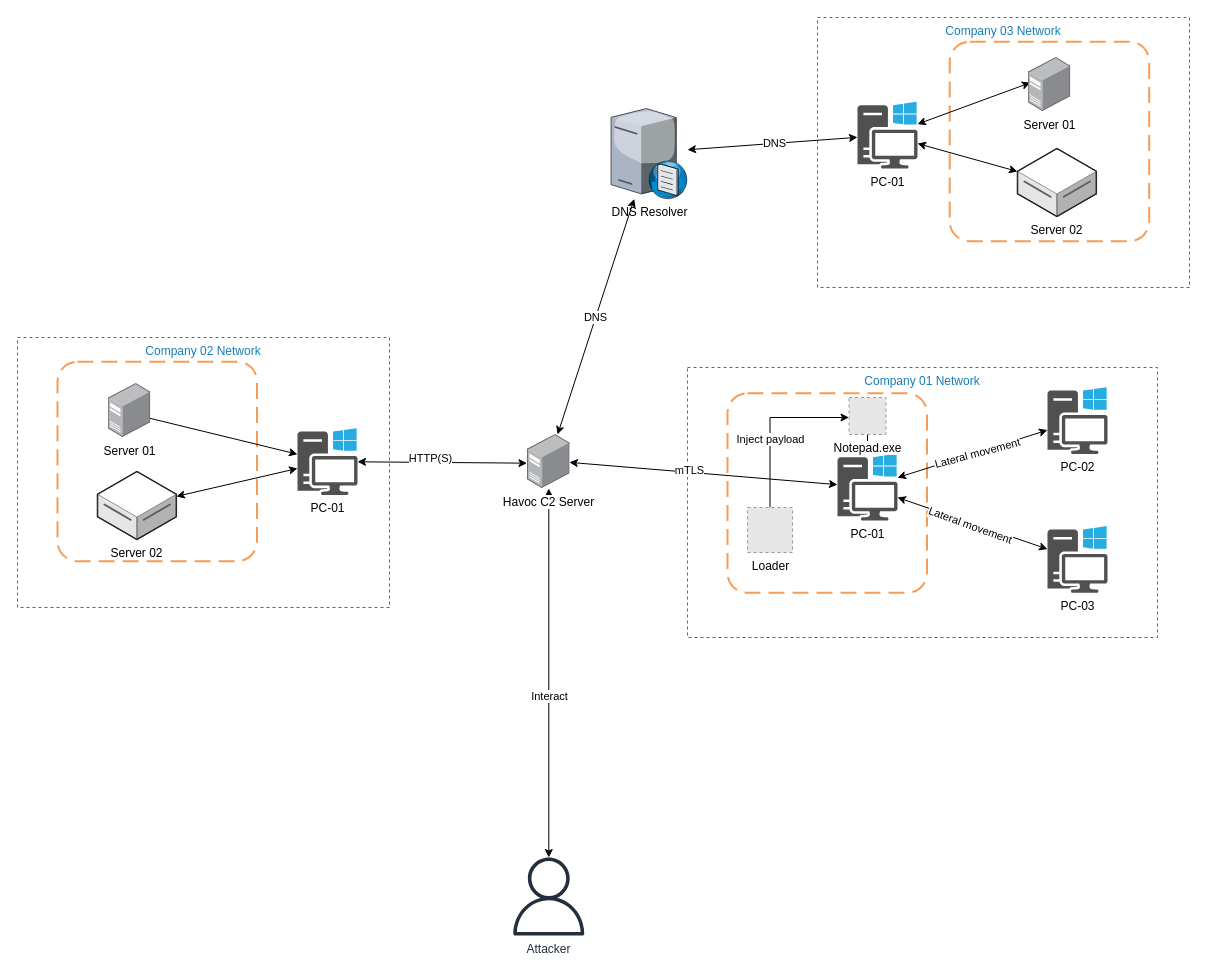
Before: page "Main-model" (1 of 5) of C2_model.drawio in lephuduc/kayumi, a draw.io diagram. Source tidied: cells renumbered, new cells numbered last; positions are measured from the earlier drawing's top-left corner, leaving out a move shared by most shapes. Both pictures are drawn from the tidied source at 100%, with x=0, y=0 at pixel (17, 17). Pictures stored in the file or linked from it are replaced by grey dashed boxes.
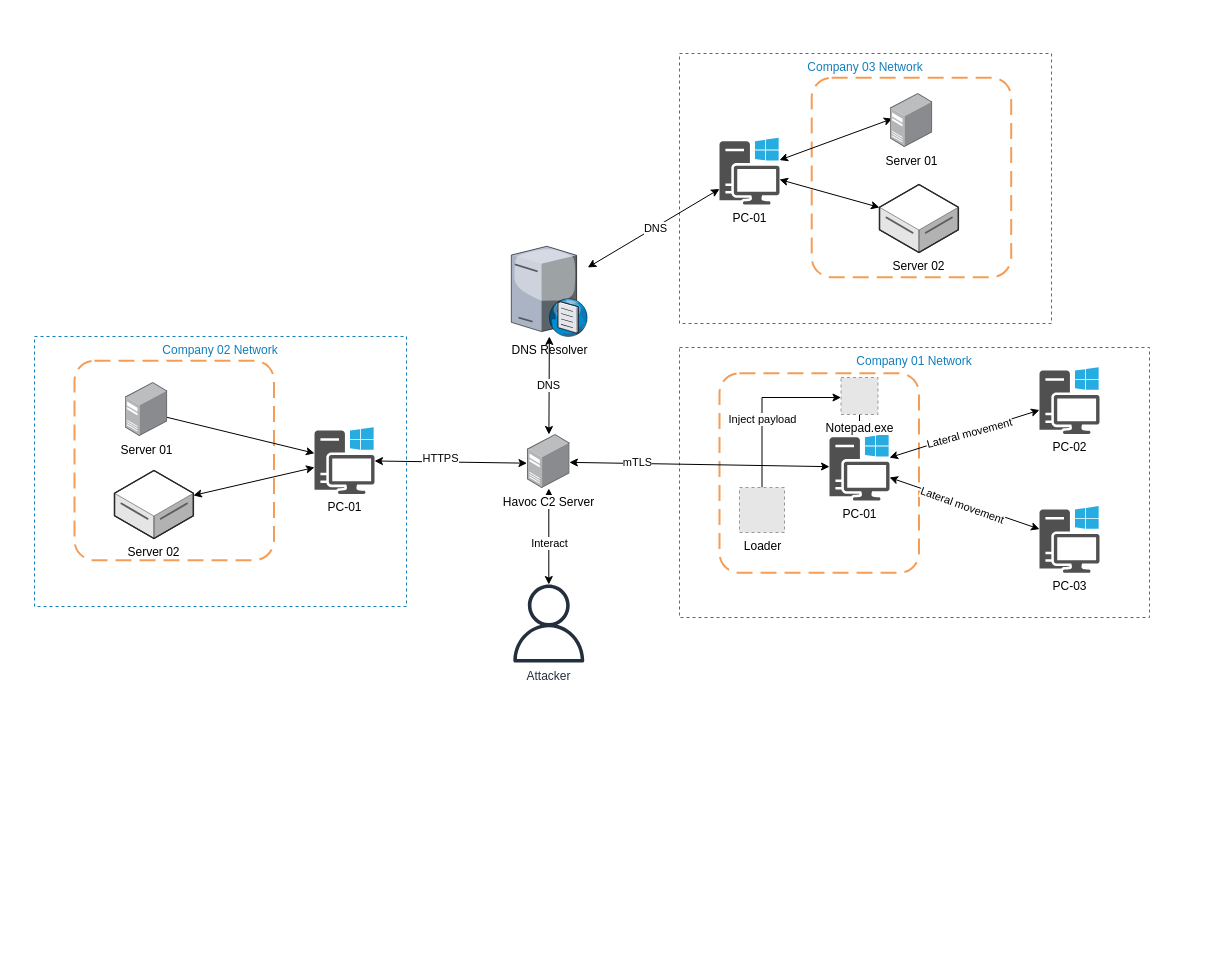
The same diagram, later.

Unchanged cells that the change refers to:
```xml
<mxCell id="12" style="endArrow=classic;startArrow=classic;html=1;rounded=0;exitX=0.983;exitY=0.516;exitDx=0;exitDy=0;exitPerimeter=0;" parent="1" edge="1" source="8" target="4">
  <mxGeometry relative="1" as="geometry" />
</mxCell>
<mxCell id="40" style="endArrow=classic;startArrow=classic;html=1;rounded=0;entryX=-0.012;entryY=0.531;entryDx=0;entryDy=0;entryPerimeter=0;" parent="1" edge="1" source="23" target="8">
  <mxGeometry relative="1" as="geometry" />
</mxCell>
```

Diff of the diagram source:
```diff
@@
     <mxCell id="2" value="Company 01 Network" style="fillColor=none;strokeColor=#147EBA;dashed=1;verticalAlign=top;fontStyle=0;fontColor=#147EBA;whiteSpace=wrap;html=1;" parent="1" vertex="1">
-      <mxGeometry x="670" y="350" width="470" height="270" as="geometry" />
+      <mxGeometry x="662" y="330" width="470" height="270" as="geometry" />
     </mxCell>
     <mxCell id="3" style="rounded=1;arcSize=10;dashed=1;strokeColor=#F59D56;fillColor=none;gradientColor=none;dashPattern=8 4;strokeWidth=2;" parent="1" vertex="1">
-      <mxGeometry x="710" y="375.8" width="199.5" height="199.5" as="geometry" />
+      <mxGeometry x="702" y="355.8" width="199.5" height="199.5" as="geometry" />
     </mxCell>
     <mxCell id="4" value="PC-01" style="sketch=0;shadow=0;dashed=0;html=1;strokeColor=none;fillColor=#505050;labelPosition=center;verticalLabelPosition=bottom;verticalAlign=top;outlineConnect=0;align=center;shape=mxgraph.office.devices.workstation_pc;" parent="1" vertex="1">
-      <mxGeometry x="820" y="436.3" width="60" height="66.7" as="geometry" />
+      <mxGeometry x="812" y="416.3" width="60" height="66.7" as="geometry" />
     </mxCell>
     <mxCell id="5" value="Attacker" style="sketch=0;outlineConnect=0;fontColor=#232F3E;gradientColor=none;fillColor=#232F3D;strokeColor=none;dashed=0;verticalLabelPosition=bottom;verticalAlign=top;align=center;html=1;fontSize=12;fontStyle=0;shape=mxgraph.aws4.user;" parent="1" vertex="1">
-      <mxGeometry x="492.3" y="840" width="78" height="78" as="geometry" />
+      <mxGeometry x="492.3" y="567" width="78" height="78" as="geometry" />
     </mxCell>
@@
     <mxCell id="9" style="edgeStyle=orthogonalEdgeStyle;rounded=0;jettySize=auto;html=1;" parent="1" edge="1" source="11" target="20">
       <mxGeometry relative="1" as="geometry">
         <Array as="points">
-          <mxPoint x="753" y="400" />
+          <mxPoint x="745" y="380" />
         </Array>
       </mxGeometry>
     </mxCell>
@@
     <mxCell id="11" value="Loader" style="fillColor=#E6E6E6;strokeColor=#999999;dashed=1;html=1;verticalAlign=top;verticalLabelPosition=bottom;labelBackgroundColor=#ffffff;" parent="1" vertex="1">
-      <mxGeometry x="730" y="490" width="45" height="45" as="geometry" />
+      <mxGeometry x="722" y="470" width="45" height="45" as="geometry" />
     </mxCell>
@@
     <mxCell id="13" value="mTLS" style="edgeLabel;html=1;align=center;verticalAlign=middle;" parent="12" vertex="1">
       <mxGeometry x="-0.27" y="-1" relative="1" as="geometry">
-        <mxPoint x="22" y="-1" as="offset" />
+        <mxPoint x="-27" y="-3" as="offset" />
       </mxGeometry>
     </mxCell>
     <mxCell id="14" value="PC-02" style="sketch=0;shadow=0;dashed=0;html=1;strokeColor=none;fillColor=#505050;labelPosition=center;verticalLabelPosition=bottom;verticalAlign=top;outlineConnect=0;align=center;shape=mxgraph.office.devices.workstation_pc;" parent="1" vertex="1">
-      <mxGeometry x="1030" y="369.7" width="60" height="66.7" as="geometry" />
+      <mxGeometry x="1022" y="349.7" width="60" height="66.7" as="geometry" />
     </mxCell>
     <mxCell id="15" value="PC-03" style="sketch=0;shadow=0;dashed=0;html=1;strokeColor=none;fillColor=#505050;labelPosition=center;verticalLabelPosition=bottom;verticalAlign=top;outlineConnect=0;align=center;shape=mxgraph.office.devices.workstation_pc;" parent="1" vertex="1">
-      <mxGeometry x="1030" y="508.6" width="60" height="66.7" as="geometry" />
+      <mxGeometry x="1022" y="488.6" width="60" height="66.7" as="geometry" />
     </mxCell>
@@
     <mxCell id="20" value="Notepad.exe" style="fillColor=#E6E6E6;strokeColor=#999999;dashed=1;html=1;verticalAlign=top;verticalLabelPosition=bottom;labelBackgroundColor=#ffffff;" parent="1" vertex="1">
-      <mxGeometry x="831.5" y="380" width="37" height="37" as="geometry" />
+      <mxGeometry x="823.5" y="360" width="37" height="37" as="geometry" />
     </mxCell>
     <mxCell id="21" value="Company 02 Network" style="fillColor=none;strokeColor=#147EBA;dashed=1;verticalAlign=top;fontStyle=0;fontColor=#147EBA;whiteSpace=wrap;html=1;" parent="1" vertex="1">
-      <mxGeometry y="320" width="372" height="270" as="geometry" />
+      <mxGeometry x="17" y="319" width="372" height="270" as="geometry" />
     </mxCell>
     <mxCell id="22" style="rounded=1;arcSize=10;dashed=1;strokeColor=#F59D56;fillColor=none;gradientColor=none;dashPattern=8 4;strokeWidth=2;" parent="1" vertex="1">
-      <mxGeometry x="40" y="344.2" width="199.5" height="199.5" as="geometry" />
+      <mxGeometry x="57" y="343.2" width="199.5" height="199.5" as="geometry" />
     </mxCell>
     <mxCell id="23" value="PC-01" style="sketch=0;shadow=0;dashed=0;html=1;strokeColor=none;fillColor=#505050;labelPosition=center;verticalLabelPosition=bottom;verticalAlign=top;outlineConnect=0;align=center;shape=mxgraph.office.devices.workstation_pc;" parent="1" vertex="1">
-      <mxGeometry x="280" y="410.7" width="60" height="66.7" as="geometry" />
+      <mxGeometry x="297" y="409.7" width="60" height="66.7" as="geometry" />
     </mxCell>
@@
     <mxCell id="26" value="Server 01" style="image;points=[];html=1;align=center;shadow=0;dashed=0;image=img/lib/allied_telesis/computer_and_terminals/Server_Desktop.svg;" parent="1" vertex="1">
-      <mxGeometry x="90.7" y="366" width="42.6" height="54" as="geometry" />
+      <mxGeometry x="107.7" y="365" width="42.6" height="54" as="geometry" />
     </mxCell>
     <mxCell id="27" value="Server 02" style="verticalLabelPosition=bottom;html=1;verticalAlign=top;strokeWidth=1;align=center;outlineConnect=0;dashed=0;outlineConnect=0;shape=mxgraph.aws3d.dataServer;strokeColor=#5E5E5E;" parent="1" vertex="1">
-      <mxGeometry x="80" y="454" width="78.9" height="68" as="geometry" />
+      <mxGeometry x="97" y="453" width="78.9" height="68" as="geometry" />
     </mxCell>
     <mxCell id="28" value="DNS Resolver" style="verticalLabelPosition=bottom;sketch=0;html=1;verticalAlign=top;strokeColor=none;align=center;outlineConnect=0;shape=mxgraph.citrix.dns_server;" parent="1" vertex="1">
-      <mxGeometry x="593.5" y="88.8" width="76.5" height="92.5" as="geometry" />
+      <mxGeometry x="493.8" y="226.5" width="76.5" height="92.5" as="geometry" />
     </mxCell>
@@
     <mxCell id="31" value="Company 03 Network" style="fillColor=none;strokeColor=#147EBA;dashed=1;verticalAlign=top;fontStyle=0;fontColor=#147EBA;whiteSpace=wrap;html=1;" parent="1" vertex="1">
-      <mxGeometry x="800" width="372" height="270" as="geometry" />
+      <mxGeometry x="662" y="36" width="372" height="270" as="geometry" />
     </mxCell>
     <mxCell id="32" style="rounded=1;arcSize=10;dashed=1;strokeColor=#F59D56;fillColor=none;gradientColor=none;dashPattern=8 4;strokeWidth=2;" parent="1" vertex="1">
-      <mxGeometry x="932.2" y="24.2" width="199.5" height="199.5" as="geometry" />
+      <mxGeometry x="794.2" y="60.2" width="199.5" height="199.5" as="geometry" />
     </mxCell>
     <mxCell id="33" value="PC-01" style="sketch=0;shadow=0;dashed=0;html=1;strokeColor=none;fillColor=#505050;labelPosition=center;verticalLabelPosition=bottom;verticalAlign=top;outlineConnect=0;align=center;shape=mxgraph.office.devices.workstation_pc;" parent="1" vertex="1">
-      <mxGeometry x="840" y="84.3" width="60" height="66.7" as="geometry" />
+      <mxGeometry x="702" y="120.3" width="60" height="66.7" as="geometry" />
     </mxCell>
@@
     <mxCell id="36" value="Server 01" style="image;points=[];html=1;align=center;shadow=0;dashed=0;image=img/lib/allied_telesis/computer_and_terminals/Server_Desktop.svg;" parent="1" vertex="1">
-      <mxGeometry x="1010.7" y="40" width="42.6" height="54" as="geometry" />
+      <mxGeometry x="872.7" y="76" width="42.6" height="54" as="geometry" />
     </mxCell>
     <mxCell id="37" value="Server 02" style="verticalLabelPosition=bottom;html=1;verticalAlign=top;strokeWidth=1;align=center;outlineConnect=0;dashed=0;outlineConnect=0;shape=mxgraph.aws3d.dataServer;strokeColor=#5E5E5E;" parent="1" vertex="1">
-      <mxGeometry x="1000" y="131" width="78.9" height="68" as="geometry" />
+      <mxGeometry x="862" y="167" width="78.9" height="68" as="geometry" />
     </mxCell>
@@
-    <mxCell id="41" value="HTTP(S)" style="edgeLabel;html=1;align=center;verticalAlign=middle;" parent="40" vertex="1">
+    <mxCell id="41" value="HTTPS" style="edgeLabel;html=1;align=center;verticalAlign=middle;" parent="40" vertex="1">
       <mxGeometry x="-0.15" y="4" relative="1" as="geometry" />
     </mxCell>
     <mxCell id="42" value="Lateral movement" style="edgeLabel;html=1;align=center;verticalAlign=middle;rotation=20;" parent="1" vertex="1">
-      <mxGeometry x="970" y="530" as="geometry">
+      <mxGeometry x="962" y="510" as="geometry">
         <mxPoint x="-23.8" y="-15.8" as="offset" />
       </mxGeometry>
     </mxCell>
```
